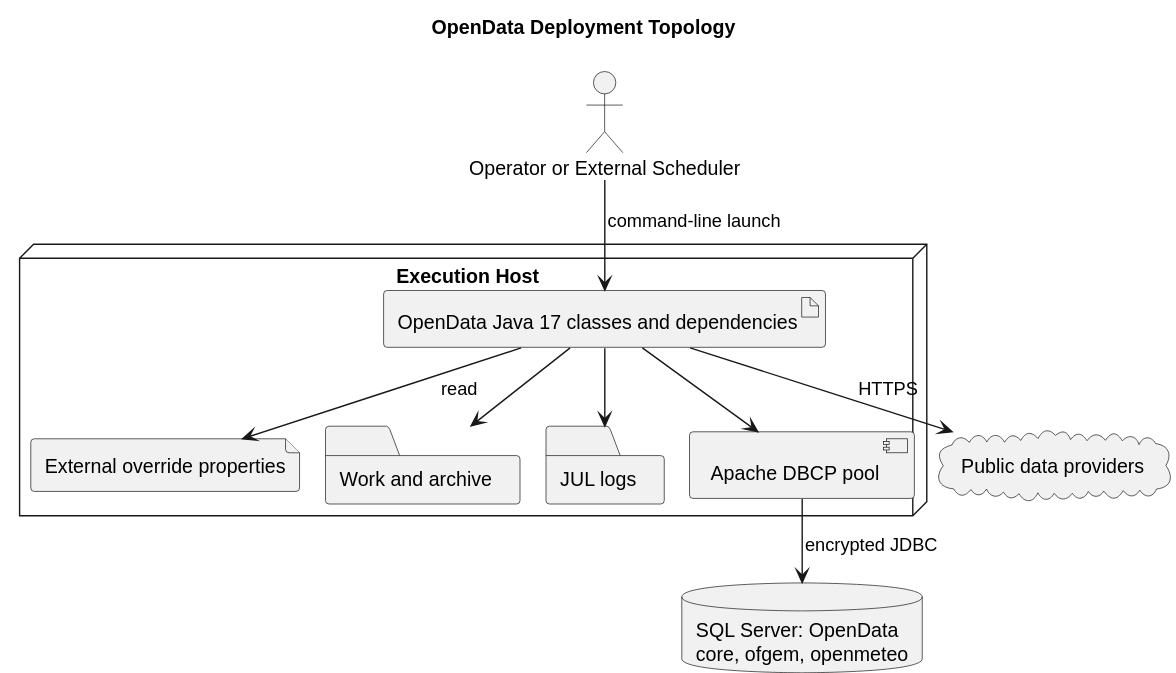
Earlier version of the PlantUML export docs/diagrams/generated/sql-server-deployment.svg (TerryCurranZellis/OpenData). Its source is kept beside it as docs/diagrams/source/sql-server-deployment.puml. Source of this version:
```plantuml
@startuml
!pragma layout smetana
title OpenData Deployment Topology

actor "Operator or External Scheduler" as Operator
node "Execution Host" {
  artifact "OpenData Java 17 classes and dependencies" as Application
  file "External override properties" as Config
  folder "Work and archive" as Files
  folder "JUL logs" as Logs
  component "Apache DBCP pool" as Pool
}

cloud "Public data providers" as Providers
database "SQL Server: OpenData\ncore, ofgem, openmeteo" as Database

Operator --> Application : command-line launch
Application --> Config : read
Application --> Files
Application --> Logs
Application --> Providers : HTTPS
Application --> Pool
Pool --> Database : encrypted JDBC
@enduml
```
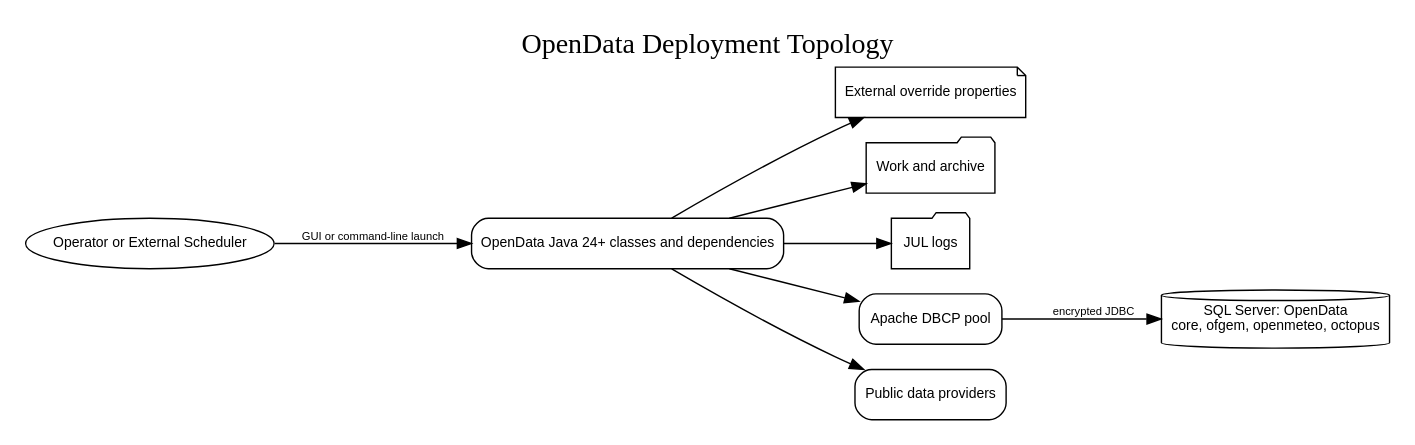
After the commit.

The edit, as a diff of the source:
```diff
@@ -4,7 +4,7 @@
 
 actor "Operator or External Scheduler" as Operator
 node "Execution Host" {
-  artifact "OpenData Java 17 classes and dependencies" as Application
+  artifact "OpenData Java 24+ classes and dependencies" as Application
   file "External override properties" as Config
   folder "Work and archive" as Files
   folder "JUL logs" as Logs
@@ -14,7 +14,7 @@
 cloud "Public data providers" as Providers
 database "SQL Server: OpenData\ncore, ofgem, openmeteo" as Database
 
-Operator --> Application : command-line launch
+Operator --> Application : GUI or command-line launch
 Application --> Config : read
 Application --> Files
 Application --> Logs
```
